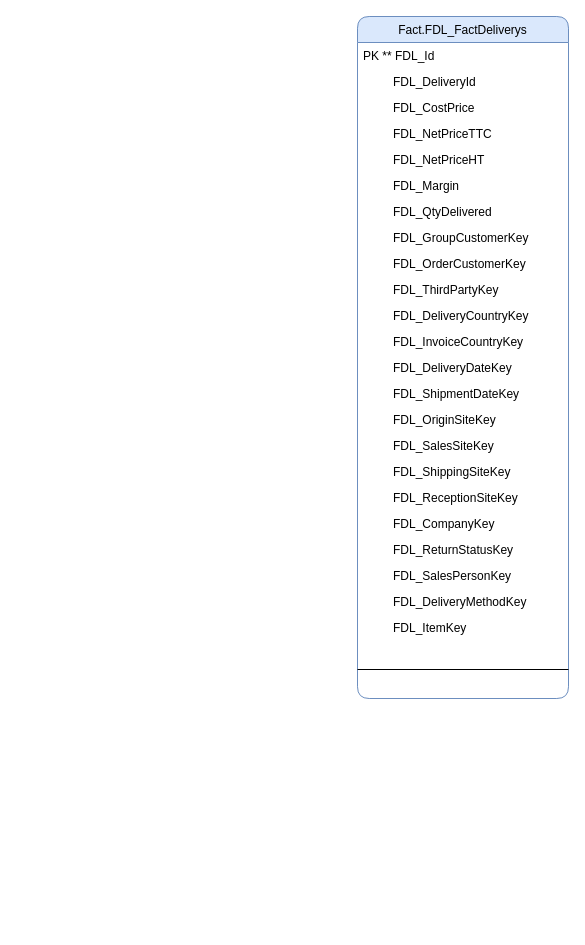
The draw.io diagram DataMart Delivery.drawio in BorchaniMohamed/BI_PROJECT_PFE, before the edit. Source tidied: cells renumbered, new cells numbered last; positions are measured from the earlier drawing's top-left corner, leaving out a move shared by most shapes. Both pictures are drawn from the tidied source at 100%, with x=0, y=0 at pixel (357, 16).
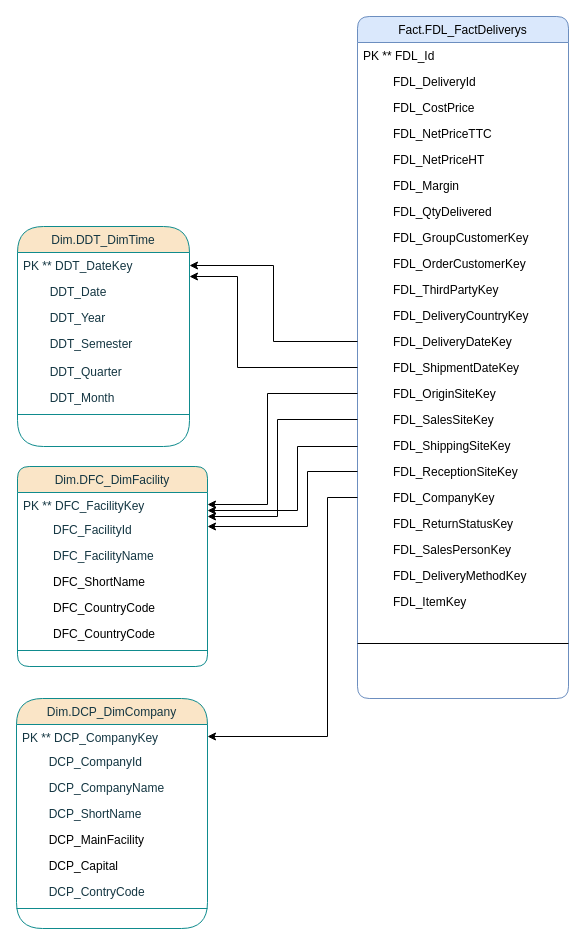
The same page after the edit.

Commit message (it also covers changes not shown here):
Mettre à jour DataMart Delivery.drawio

Unchanged cells that the change refers to:
```xml
<mxCell id="2" value="Fact.FDL_FactDeliverys" style="swimlane;fontStyle=0;align=center;verticalAlign=top;horizontal=1;startSize=26;rounded=1;shadow=0;strokeWidth=1;fillColor=#dae8fc;strokeColor=#6c8ebf;" parent="1" vertex="1">
  <mxGeometry width="211" height="682" as="geometry" />
</mxCell>
```

The edit, as a diff of the source:
```diff
@@
-    <mxCell id="14" value="         FDL_InvoiceCountryKey" style="text;align=left;verticalAlign=top;spacingLeft=4;spacingRight=4;overflow=hidden;rounded=0;shadow=0;html=0;" parent="2" vertex="1">
-      <mxGeometry y="312" width="211" height="26" as="geometry" />
-    </mxCell>
     <mxCell id="15" value="         FDL_DeliveryDateKey  " style="text;align=left;verticalAlign=top;spacingLeft=4;spacingRight=4;overflow=hidden;points=[[0,0.5],[1,0.5]];portConstraint=eastwest;rounded=1;shadow=0;html=0;" parent="2" vertex="1">
-      <mxGeometry y="338" width="211" height="26" as="geometry" />
+      <mxGeometry y="312" width="211" height="26" as="geometry" />
     </mxCell>
     <mxCell id="16" value="         FDL_ShipmentDateKey  " style="text;align=left;verticalAlign=top;spacingLeft=4;spacingRight=4;overflow=hidden;points=[[0,0.5],[1,0.5]];portConstraint=eastwest;rounded=1;shadow=0;html=0;" parent="2" vertex="1">
-      <mxGeometry y="364" width="211" height="26" as="geometry" />
+      <mxGeometry y="338" width="211" height="26" as="geometry" />
     </mxCell>
     <mxCell id="17" value="         FDL_OriginSiteKey&#10;  " style="text;align=left;verticalAlign=top;spacingLeft=4;spacingRight=4;overflow=hidden;points=[[0,0.5],[1,0.5]];portConstraint=eastwest;rounded=1;shadow=0;html=0;" parent="2" vertex="1">
-      <mxGeometry y="390" width="211" height="26" as="geometry" />
+      <mxGeometry y="364" width="211" height="26" as="geometry" />
     </mxCell>
     <mxCell id="18" value="         FDL_SalesSiteKey&#10;  " style="text;align=left;verticalAlign=top;spacingLeft=4;spacingRight=4;overflow=hidden;points=[[0,0.5],[1,0.5]];portConstraint=eastwest;rounded=1;shadow=0;html=0;" parent="2" vertex="1">
-      <mxGeometry y="416" width="211" height="26" as="geometry" />
+      <mxGeometry y="390" width="211" height="26" as="geometry" />
     </mxCell>
     <mxCell id="19" value="         FDL_ShippingSiteKey&#10;  " style="text;align=left;verticalAlign=top;spacingLeft=4;spacingRight=4;overflow=hidden;points=[[0,0.5],[1,0.5]];portConstraint=eastwest;rounded=1;shadow=0;html=0;" parent="2" vertex="1">
-      <mxGeometry y="442" width="211" height="26" as="geometry" />
+      <mxGeometry y="416" width="211" height="26" as="geometry" />
     </mxCell>
     <mxCell id="20" value="         FDL_ReceptionSiteKey&#10;  " style="text;align=left;verticalAlign=top;spacingLeft=4;spacingRight=4;overflow=hidden;points=[[0,0.5],[1,0.5]];portConstraint=eastwest;rounded=1;shadow=0;html=0;" parent="2" vertex="1">
-      <mxGeometry y="468" width="211" height="26" as="geometry" />
+      <mxGeometry y="442" width="211" height="26" as="geometry" />
     </mxCell>
     <mxCell id="21" value="         FDL_CompanyKey&#10;  " style="text;align=left;verticalAlign=top;spacingLeft=4;spacingRight=4;overflow=hidden;points=[[0,0.5],[1,0.5]];portConstraint=eastwest;rounded=1;shadow=0;html=0;" parent="2" vertex="1">
-      <mxGeometry y="494" width="211" height="26" as="geometry" />
+      <mxGeometry y="468" width="211" height="26" as="geometry" />
     </mxCell>
     <mxCell id="22" value="         FDL_ReturnStatusKey&#10;  " style="text;align=left;verticalAlign=top;spacingLeft=4;spacingRight=4;overflow=hidden;rounded=1;shadow=0;html=0;" parent="2" vertex="1">
-      <mxGeometry y="520" width="211" height="26" as="geometry" />
+      <mxGeometry y="494" width="211" height="26" as="geometry" />
     </mxCell>
     <mxCell id="23" value="         FDL_SalesPersonKey&#10;  " style="text;align=left;verticalAlign=top;spacingLeft=4;spacingRight=4;overflow=hidden;rounded=1;shadow=0;html=0;" parent="2" vertex="1">
-      <mxGeometry y="546" width="211" height="26" as="geometry" />
+      <mxGeometry y="520" width="211" height="26" as="geometry" />
     </mxCell>
     <mxCell id="24" value="         FDL_DeliveryMethodKey&#10;  " style="text;align=left;verticalAlign=top;spacingLeft=4;spacingRight=4;overflow=hidden;rounded=1;shadow=0;html=0;" parent="2" vertex="1">
-      <mxGeometry y="572" width="211" height="26" as="geometry" />
+      <mxGeometry y="546" width="211" height="26" as="geometry" />
     </mxCell>
     <mxCell id="25" value="         FDL_ItemKey " style="text;align=left;verticalAlign=top;spacingLeft=4;spacingRight=4;overflow=hidden;rounded=0;shadow=0;html=0;" parent="2" vertex="1">
-      <mxGeometry y="598" width="211" height="26" as="geometry" />
+      <mxGeometry y="572" width="211" height="26" as="geometry" />
     </mxCell>
     <mxCell id="26" style="line;html=1;strokeWidth=1;align=left;verticalAlign=middle;spacingTop=-1;spacingLeft=3;spacingRight=3;labelPosition=right;" parent="2" vertex="1">
-      <mxGeometry y="624" width="211" height="58" as="geometry" />
+      <mxGeometry y="598" width="211" height="58" as="geometry" />
     </mxCell>
+    <mxCell id="27" value="Dim.DDT_DimTime" style="swimlane;fontStyle=0;align=center;verticalAlign=top;horizontal=1;startSize=26;rounded=1;shadow=0;strokeWidth=1;fillColor=#FAE5C7;strokeColor=#0F8B8D;labelBackgroundColor=none;fontColor=#143642;arcSize=50;" parent="1" vertex="1">
+      <mxGeometry x="-340" y="210" width="172" height="220" as="geometry" />
+    </mxCell>
+    <mxCell id="28" value="PK ** DDT_DateKey" style="text;align=left;verticalAlign=top;spacingLeft=4;spacingRight=4;overflow=hidden;points=[[0,0.5],[1,0.5]];portConstraint=eastwest;labelBackgroundColor=none;fontColor=#143642;rounded=1;" parent="27" vertex="1">
+      <mxGeometry y="26" width="172" height="26" as="geometry" />
+    </mxCell>
+    <mxCell id="29" value="        DDT_Date&#10;" style="text;align=left;verticalAlign=top;spacingLeft=4;spacingRight=4;overflow=hidden;labelBackgroundColor=none;fontColor=#143642;rounded=1;" parent="27" vertex="1">
+      <mxGeometry y="52" width="172" height="26" as="geometry" />
+    </mxCell>
+    <mxCell id="30" value="        DDT_Year&#10;" style="text;align=left;verticalAlign=top;spacingLeft=4;spacingRight=4;overflow=hidden;labelBackgroundColor=none;fontColor=#143642;rounded=1;" parent="27" vertex="1">
+      <mxGeometry y="78" width="172" height="26" as="geometry" />
+    </mxCell>
+    <mxCell id="31" value="        DDT_Semester&#10;" style="text;align=left;verticalAlign=top;spacingLeft=4;spacingRight=4;overflow=hidden;labelBackgroundColor=none;fontColor=#143642;rounded=1;" parent="27" vertex="1">
+      <mxGeometry y="104" width="172" height="28" as="geometry" />
+    </mxCell>
+    <mxCell id="32" value="        DDT_Quarter" style="text;align=left;verticalAlign=top;spacingLeft=4;spacingRight=4;overflow=hidden;labelBackgroundColor=none;fontColor=#143642;rounded=1;" parent="27" vertex="1">
+      <mxGeometry y="132" width="172" height="26" as="geometry" />
+    </mxCell>
+    <mxCell id="33" value="        DDT_Month&#10;" style="text;align=left;verticalAlign=top;spacingLeft=4;spacingRight=4;overflow=hidden;labelBackgroundColor=none;fontColor=#143642;rounded=1;" parent="27" vertex="1">
+      <mxGeometry y="158" width="172" height="26" as="geometry" />
+    </mxCell>
+    <mxCell id="34" style="line;html=1;strokeWidth=1;align=left;verticalAlign=middle;spacingTop=-1;spacingLeft=3;spacingRight=3;labelPosition=right;labelBackgroundColor=none;fillColor=#FAE5C7;strokeColor=#0F8B8D;fontColor=#143642;rounded=1;" parent="27" vertex="1">
+      <mxGeometry y="184" width="172" height="8" as="geometry" />
+    </mxCell>
+    <mxCell id="35" style="edgeStyle=orthogonalEdgeStyle;rounded=0;jettySize=auto;html=1;" parent="1" edge="1" source="15" target="28">
+      <mxGeometry relative="1" as="geometry" />
+    </mxCell>
+    <mxCell id="36" style="edgeStyle=orthogonalEdgeStyle;rounded=0;jettySize=auto;html=1;" parent="1" edge="1" source="16" target="28">
+      <mxGeometry relative="1" as="geometry">
+        <Array as="points">
+          <mxPoint x="-120" y="351" />
+          <mxPoint x="-120" y="260" />
+        </Array>
+      </mxGeometry>
+    </mxCell>
+    <mxCell id="37" value="Dim.DFC_DimFacility" style="swimlane;fontStyle=0;align=center;verticalAlign=top;horizontal=1;startSize=26;rounded=1;shadow=0;strokeWidth=1;fillColor=#FAE5C7;strokeColor=#0F8B8D;labelBackgroundColor=none;fontColor=#143642;" parent="1" vertex="1">
+      <mxGeometry x="-340" y="450" width="190" height="200" as="geometry" />
+    </mxCell>
+    <mxCell id="38" value="PK ** DFC_FacilityKey" style="text;align=left;verticalAlign=top;spacingLeft=4;spacingRight=4;overflow=hidden;points=[[0,0.5],[1,0.5]];portConstraint=eastwest;labelBackgroundColor=none;fontColor=#143642;rounded=1;" parent="37" vertex="1">
+      <mxGeometry y="26" width="190" height="24" as="geometry" />
+    </mxCell>
+    <mxCell id="39" value="         DFC_FacilityId" style="text;align=left;verticalAlign=top;spacingLeft=4;spacingRight=4;overflow=hidden;labelBackgroundColor=none;fontColor=#143642;rounded=1;" parent="37" vertex="1">
+      <mxGeometry y="50" width="190" height="26" as="geometry" />
+    </mxCell>
+    <mxCell id="40" value="         DFC_FacilityName" style="text;align=left;verticalAlign=top;spacingLeft=4;spacingRight=4;overflow=hidden;labelBackgroundColor=none;fontColor=#143642;rounded=1;" parent="37" vertex="1">
+      <mxGeometry y="76" width="190" height="26" as="geometry" />
+    </mxCell>
+    <mxCell id="41" value="         DFC_ShortName" style="text;align=left;verticalAlign=top;spacingLeft=4;spacingRight=4;overflow=hidden;labelBackgroundColor=none;rounded=1;" parent="37" vertex="1">
+      <mxGeometry y="102" width="190" height="26" as="geometry" />
+    </mxCell>
+    <mxCell id="42" value="         DFC_CountryCode" style="text;align=left;verticalAlign=top;spacingLeft=4;spacingRight=4;overflow=hidden;labelBackgroundColor=none;rounded=1;" parent="37" vertex="1">
+      <mxGeometry y="128" width="190" height="26" as="geometry" />
+    </mxCell>
+    <mxCell id="43" value="         DFC_CountryCode" style="text;align=left;verticalAlign=top;spacingLeft=4;spacingRight=4;overflow=hidden;labelBackgroundColor=none;rounded=1;" parent="37" vertex="1">
+      <mxGeometry y="154" width="190" height="26" as="geometry" />
+    </mxCell>
+    <mxCell id="44" style="line;html=1;strokeWidth=1;align=left;verticalAlign=middle;spacingTop=-1;spacingLeft=3;spacingRight=3;labelPosition=right;labelBackgroundColor=none;fillColor=#FAE5C7;strokeColor=#0F8B8D;fontColor=#143642;rounded=1;" parent="37" vertex="1">
+      <mxGeometry y="180" width="190" height="8" as="geometry" />
+    </mxCell>
+    <mxCell id="45" style="edgeStyle=orthogonalEdgeStyle;rounded=0;jettySize=auto;html=1;entryX=1;entryY=0.5;entryDx=0;entryDy=0;" parent="1" edge="1" source="17" target="38">
+      <mxGeometry relative="1" as="geometry">
+        <Array as="points">
+          <mxPoint x="-90" y="377" />
+          <mxPoint x="-90" y="488" />
+        </Array>
+      </mxGeometry>
+    </mxCell>
+    <mxCell id="46" style="edgeStyle=orthogonalEdgeStyle;rounded=0;jettySize=auto;html=1;" parent="1" edge="1" source="18" target="38">
+      <mxGeometry relative="1" as="geometry">
+        <Array as="points">
+          <mxPoint x="-80" y="403" />
+          <mxPoint x="-80" y="500" />
+        </Array>
+      </mxGeometry>
+    </mxCell>
+    <mxCell id="47" style="edgeStyle=orthogonalEdgeStyle;rounded=0;jettySize=auto;html=1;" parent="1" edge="1" source="19">
+      <mxGeometry relative="1" as="geometry">
+        <mxPoint x="-150" y="494" as="targetPoint" />
+        <Array as="points">
+          <mxPoint x="-60" y="430" />
+          <mxPoint x="-60" y="494" />
+        </Array>
+      </mxGeometry>
+    </mxCell>
+    <mxCell id="48" style="edgeStyle=orthogonalEdgeStyle;rounded=0;jettySize=auto;html=1;" parent="1" edge="1" source="20">
+      <mxGeometry relative="1" as="geometry">
+        <mxPoint x="-150" y="510" as="targetPoint" />
+        <Array as="points">
+          <mxPoint x="-50" y="455" />
+          <mxPoint x="-50" y="510" />
+          <mxPoint x="-150" y="510" />
+        </Array>
+      </mxGeometry>
+    </mxCell>
+    <mxCell id="49" value="Dim.DCP_DimCompany" style="swimlane;fontStyle=0;align=center;verticalAlign=top;horizontal=1;startSize=26;rounded=1;shadow=0;strokeWidth=1;fillColor=#FAE5C7;strokeColor=#0F8B8D;labelBackgroundColor=none;fontColor=#143642;arcSize=40;" parent="1" vertex="1">
+      <mxGeometry x="-341" y="682" width="191" height="230" as="geometry" />
+    </mxCell>
+    <mxCell id="50" value="PK ** DCP_CompanyKey&#10;" style="text;align=left;verticalAlign=top;spacingLeft=4;spacingRight=4;overflow=hidden;points=[[0,0.5],[1,0.5]];portConstraint=eastwest;labelBackgroundColor=none;fontColor=#143642;rounded=1;" parent="49" vertex="1">
+      <mxGeometry y="26" width="191" height="24" as="geometry" />
+    </mxCell>
+    <mxCell id="51" value="        DCP_CompanyId" style="text;align=left;verticalAlign=top;spacingLeft=4;spacingRight=4;overflow=hidden;labelBackgroundColor=none;fontColor=#143642;rounded=1;" parent="49" vertex="1">
+      <mxGeometry y="50" width="191" height="26" as="geometry" />
+    </mxCell>
+    <mxCell id="52" value="        DCP_CompanyName" style="text;align=left;verticalAlign=top;spacingLeft=4;spacingRight=4;overflow=hidden;labelBackgroundColor=none;fontColor=#143642;rounded=1;" parent="49" vertex="1">
+      <mxGeometry y="76" width="191" height="26" as="geometry" />
+    </mxCell>
+    <mxCell id="53" value="        DCP_ShortName" style="text;align=left;verticalAlign=top;spacingLeft=4;spacingRight=4;overflow=hidden;labelBackgroundColor=none;fontColor=#143642;rounded=1;" parent="49" vertex="1">
+      <mxGeometry y="102" width="191" height="26" as="geometry" />
+    </mxCell>
+    <mxCell id="54" value="        DCP_MainFacility" style="text;align=left;verticalAlign=top;spacingLeft=4;spacingRight=4;overflow=hidden;rounded=1;shadow=0;html=0;labelBackgroundColor=none;" parent="49" vertex="1">
+      <mxGeometry y="128" width="191" height="26" as="geometry" />
+    </mxCell>
+    <mxCell id="55" value="        DCP_Capital" style="text;align=left;verticalAlign=top;spacingLeft=4;spacingRight=4;overflow=hidden;rounded=1;shadow=0;html=0;labelBackgroundColor=none;" parent="49" vertex="1">
+      <mxGeometry y="154" width="191" height="26" as="geometry" />
+    </mxCell>
+    <mxCell id="56" value="        DCP_ContryCode" style="text;align=left;verticalAlign=top;spacingLeft=4;spacingRight=4;overflow=hidden;labelBackgroundColor=none;fontColor=#143642;rounded=1;" parent="49" vertex="1">
+      <mxGeometry y="180" width="191" height="26" as="geometry" />
+    </mxCell>
+    <mxCell id="57" style="line;html=1;strokeWidth=1;align=left;verticalAlign=middle;spacingTop=-1;spacingLeft=3;spacingRight=3;labelPosition=right;labelBackgroundColor=none;fillColor=#FAE5C7;strokeColor=#0F8B8D;fontColor=#143642;rounded=1;" parent="49" vertex="1">
+      <mxGeometry y="206" width="191" height="8" as="geometry" />
+    </mxCell>
+    <mxCell id="58" style="edgeStyle=orthogonalEdgeStyle;rounded=0;jettySize=auto;html=1;" parent="1" edge="1" source="21" target="50">
+      <mxGeometry relative="1" as="geometry">
+        <Array as="points">
+          <mxPoint x="-30" y="481" />
+          <mxPoint x="-30" y="720" />
+        </Array>
+      </mxGeometry>
+    </mxCell>
```
